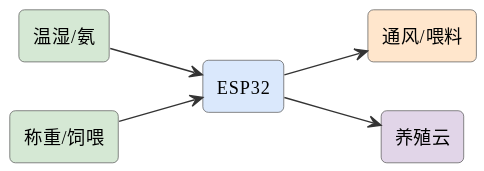
Earlier version of the PlantUML export assets/diagrams/ideas-fig120.svg (mingyi0818/IntelligentMcuCourse). Source of this version:
```plantuml
@startuml
skinparam defaultFontName "Microsoft YaHei"
skinparam rectangleRoundCorner 8
skinparam rectangleBorderColor #555
skinparam rectangleFontSize 13
skinparam arrowFontSize 11
skinparam arrowColor #333
left to right direction
rectangle "温湿/氨" as env #d5e8d4
rectangle "称重/饲喂" as w #d5e8d4
rectangle "ESP32" as esp #dae8fc
rectangle "通风/喂料" as act #ffe6cc
rectangle "养殖云" as cloud #e1d5e8
env --> esp
w --> esp
esp --> act
esp --> cloud
@enduml
```
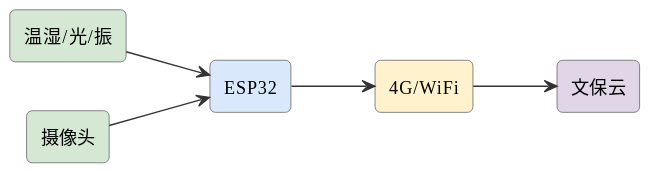
Later version of the same file.

The edit, as a diff of the source:
```diff
@@ -6,13 +6,13 @@
 skinparam arrowFontSize 11
 skinparam arrowColor #333
 left to right direction
-rectangle "温湿/氨" as env #d5e8d4
-rectangle "称重/饲喂" as w #d5e8d4
+rectangle "温湿/光/振" as s #d5e8d4
 rectangle "ESP32" as esp #dae8fc
-rectangle "通风/喂料" as act #ffe6cc
-rectangle "养殖云" as cloud #e1d5e8
-env --> esp
-w --> esp
-esp --> act
-esp --> cloud
+rectangle "摄像头" as cam #d5e8d4
+rectangle "4G/WiFi" as net #fff2cc
+rectangle "文保云" as cloud #e1d5e8
+s --> esp
+cam --> esp
+esp --> net
+net --> cloud
 @enduml
```
